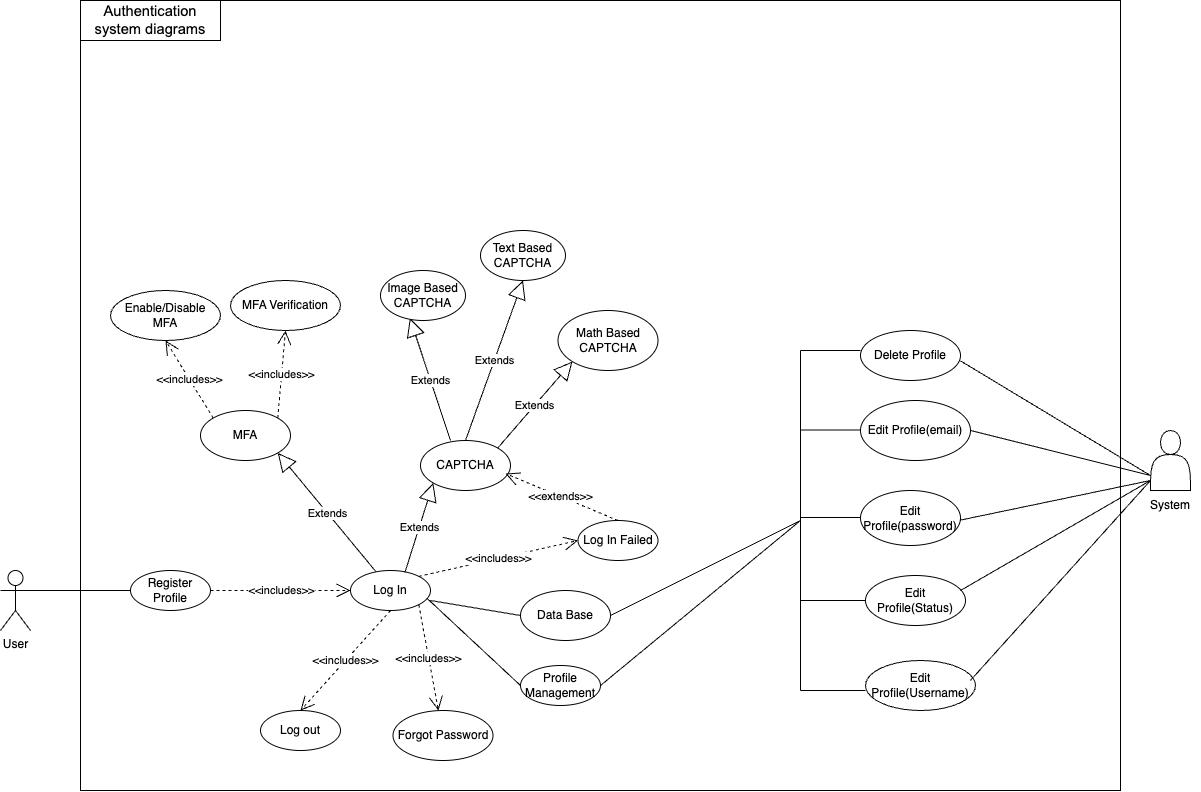
ShakH00/OMGame keeps this draw.io diagram as diagrams/leaderboard_matchmaking/use_case_diagrams/use_case_diagram_05.png. Above is the earlier version. Source tidied: cells renumbered, new cells last; positions are measured from the earlier drawing's top-left corner, leaving out a move shared by most shapes.
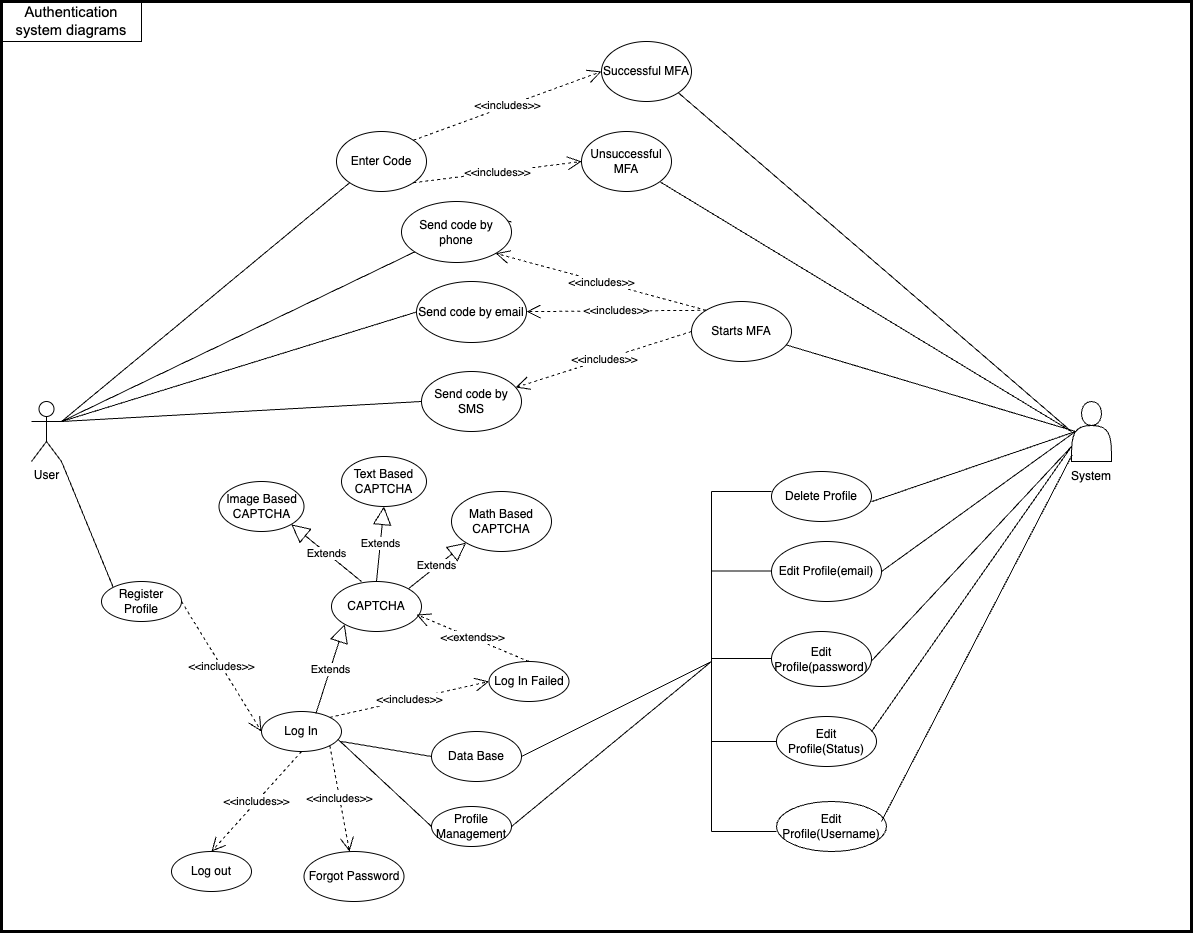
After the commit.

Commit message:
30215541- Edited MFA for authentication for use_case_diagram_05.png.

Diff of the diagram source:
```diff
@@ -2,29 +2,20 @@
   <root>
     <mxCell id="0" />
     <mxCell id="1" parent="0" />
-    <mxCell id="2" style="rounded=0;whiteSpace=wrap;html=1;fillColor=none;" parent="1" vertex="1">
-      <mxGeometry x="80" width="1040" height="790" as="geometry" />
-    </mxCell>
+    <mxCell id="54" style="rounded=0;whiteSpace=wrap;html=1;fillColor=none;strokeColor=default;strokeWidth=3;" parent="1" vertex="1">
+      <mxGeometry x="90" y="-140" width="1190" height="930" as="geometry" />
+    </mxCell>
     <mxCell id="3" value="User" style="shape=umlActor;verticalLabelPosition=bottom;verticalAlign=top;html=1;outlineConnect=0;" parent="1" vertex="1">
-      <mxGeometry y="570" width="30" height="60" as="geometry" />
+      <mxGeometry x="120" y="260" width="30" height="60" as="geometry" />
     </mxCell>
-    <mxCell id="4" style="endArrow=none;html=1;rounded=0;strokeColor=default;startFill=0;" parent="1" edge="1">
-      <mxGeometry relative="1" as="geometry">
-        <mxPoint x="30" y="590" as="sourcePoint" />
-        <mxPoint x="130" y="590" as="targetPoint" />
-      </mxGeometry>
+    <mxCell id="4" style="endArrow=none;html=1;rounded=0;strokeColor=default;startFill=0;entryX=0;entryY=0;entryDx=0;entryDy=0;exitX=1;exitY=1;exitDx=0;exitDy=0;exitPerimeter=0;" parent="1" edge="1" source="3" target="8">
+      <mxGeometry relative="1" as="geometry" />
     </mxCell>
     <mxCell id="5" value="CAPTCHA" style="ellipse;whiteSpace=wrap;html=1;" parent="1" vertex="1">
       <mxGeometry x="420" y="440" width="90" height="50" as="geometry" />
     </mxCell>
-    <mxCell id="6" value="MFA" style="ellipse;whiteSpace=wrap;html=1;" parent="1" vertex="1">
-      <mxGeometry x="200" y="410" width="90" height="50" as="geometry" />
-    </mxCell>
-    <mxCell id="7" value="Extends" style="endArrow=block;endSize=16;endFill=0;html=1;rounded=0;exitX=0.32;exitY=0.034;exitDx=0;exitDy=0;entryX=1;entryY=1;entryDx=0;entryDy=0;exitPerimeter=0;" parent="1" edge="1" source="14" target="6">
-      <mxGeometry relative="1" as="geometry" />
-    </mxCell>
     <mxCell id="8" value="Register Profile" style="ellipse;whiteSpace=wrap;html=1;" parent="1" vertex="1">
-      <mxGeometry x="130" y="570" width="80" height="40" as="geometry" />
+      <mxGeometry x="190" y="440" width="80" height="40" as="geometry" />
     </mxCell>
     <mxCell id="9" value="Log out&lt;span style=&quot;color: rgba(0, 0, 0, 0); font-family: monospace; font-size: 0px; text-align: start; text-wrap-mode: nowrap;&quot;&gt;%3CmxGraphModel%3E%3Croot%3E%3CmxCell%20id%3D%220%22%2F%3E%3CmxCell%20id%3D%221%22%20parent%3D%220%22%2F%3E%3CmxCell%20id%3D%222%22%20value%3D%22Log%20In%22%20style%3D%22ellipse%3BwhiteSpace%3Dwrap%3Bhtml%3D1%3B%22%20vertex%3D%221%22%20parent%3D%221%22%3E%3CmxGeometry%20x%3D%22360%22%20y%3D%22150%22%20width%3D%2280%22%20height%3D%2240%22%20as%3D%22geometry%22%2F%3E%3C%2FmxCell%3E%3C%2Froot%3E%3C%2FmxGraphModel%3E&lt;/span&gt;" style="ellipse;whiteSpace=wrap;html=1;" parent="1" vertex="1">
       <mxGeometry x="260" y="710" width="80" height="40" as="geometry" />
@@ -93,18 +84,6 @@
         <mxPoint x="800" y="600" as="sourcePoint" />
       </mxGeometry>
     </mxCell>
-    <mxCell id="26" value="Enable/Disable MFA" style="ellipse;whiteSpace=wrap;html=1;" parent="1" vertex="1">
-      <mxGeometry x="110" y="290" width="110" height="50" as="geometry" />
-    </mxCell>
-    <mxCell id="27" value="&amp;lt;&amp;lt;includes&amp;gt;&amp;gt;" style="endArrow=open;endSize=12;dashed=1;html=1;rounded=0;exitX=0;exitY=0;exitDx=0;exitDy=0;entryX=0.5;entryY=1;entryDx=0;entryDy=0;" parent="1" edge="1" source="6" target="26">
-      <mxGeometry relative="1" as="geometry" />
-    </mxCell>
-    <mxCell id="28" value="MFA Verification" style="ellipse;whiteSpace=wrap;html=1;" parent="1" vertex="1">
-      <mxGeometry x="230" y="280" width="110" height="50" as="geometry" />
-    </mxCell>
-    <mxCell id="29" value="&amp;lt;&amp;lt;includes&amp;gt;&amp;gt;" style="endArrow=open;endSize=12;dashed=1;html=1;rounded=0;exitX=1;exitY=0;exitDx=0;exitDy=0;entryX=0.5;entryY=1;entryDx=0;entryDy=0;" parent="1" edge="1" source="6" target="28">
-      <mxGeometry relative="1" as="geometry" />
-    </mxCell>
     <mxCell id="30" value="Forgot Password" style="ellipse;whiteSpace=wrap;html=1;" parent="1" vertex="1">
       <mxGeometry x="392.5" y="710" width="100" height="50" as="geometry" />
     </mxCell>
@@ -121,55 +100,52 @@
       <mxGeometry relative="1" as="geometry" />
     </mxCell>
     <mxCell id="34" value="&lt;span id=&quot;docs-internal-guid-327b6698-7fff-1813-8f81-1230f8b7dcd2&quot;&gt;&lt;span style=&quot;font-size: 11pt; font-family: Arial, sans-serif; background-color: transparent; font-variant-numeric: normal; font-variant-east-asian: normal; font-variant-alternates: normal; font-variant-position: normal; font-variant-emoji: normal; vertical-align: baseline; white-space-collapse: preserve;&quot;&gt;Authentication system diagrams&lt;/span&gt;&lt;/span&gt;" style="text;html=1;align=center;verticalAlign=middle;whiteSpace=wrap;rounded=0;strokeColor=default;" parent="1" vertex="1">
-      <mxGeometry x="80" width="140" height="40" as="geometry" />
+      <mxGeometry x="90" y="-140" width="140" height="40" as="geometry" />
     </mxCell>
     <mxCell id="35" style="shape=actor;whiteSpace=wrap;html=1;" parent="1" vertex="1">
-      <mxGeometry x="1150" y="430" width="40" height="60" as="geometry" />
+      <mxGeometry x="1160" y="260" width="40" height="60" as="geometry" />
     </mxCell>
     <mxCell id="36" value="System" style="text;html=1;align=center;verticalAlign=middle;whiteSpace=wrap;rounded=0;" parent="1" vertex="1">
-      <mxGeometry x="1140" y="490" width="60" height="30" as="geometry" />
+      <mxGeometry x="1150" y="320" width="60" height="30" as="geometry" />
     </mxCell>
-    <mxCell id="37" style="endArrow=none;html=1;rounded=0;entryX=0;entryY=0.75;entryDx=0;entryDy=0;exitX=0.817;exitY=0.422;exitDx=0;exitDy=0;exitPerimeter=0;" parent="1" edge="1" target="35">
+    <mxCell id="37" style="endArrow=none;html=1;rounded=0;entryX=0.1;entryY=0.5;entryDx=0;entryDy=0;exitX=0.817;exitY=0.422;exitDx=0;exitDy=0;exitPerimeter=0;entryPerimeter=0;" parent="1" edge="1" target="35">
       <mxGeometry relative="1" as="geometry">
         <mxPoint x="959.8" y="360.3" as="sourcePoint" />
       </mxGeometry>
     </mxCell>
-    <mxCell id="38" style="endArrow=none;html=1;rounded=0;exitX=0.828;exitY=0.506;exitDx=0;exitDy=0;exitPerimeter=0;entryX=0;entryY=0.75;entryDx=0;entryDy=0;" parent="1" edge="1" target="35">
+    <mxCell id="38" style="endArrow=none;html=1;rounded=0;exitX=0.828;exitY=0.506;exitDx=0;exitDy=0;exitPerimeter=0;entryX=0.1;entryY=0.5;entryDx=0;entryDy=0;entryPerimeter=0;" parent="1" edge="1" target="35">
       <mxGeometry relative="1" as="geometry">
         <mxPoint x="970" y="430" as="sourcePoint" />
       </mxGeometry>
     </mxCell>
-    <mxCell id="39" style="endArrow=none;html=1;rounded=0;exitX=0.817;exitY=0.614;exitDx=0;exitDy=0;exitPerimeter=0;" parent="1" edge="1">
+    <mxCell id="39" style="endArrow=none;html=1;rounded=0;exitX=0.817;exitY=0.614;exitDx=0;exitDy=0;exitPerimeter=0;entryX=0;entryY=0.75;entryDx=0;entryDy=0;" parent="1" edge="1" target="35">
       <mxGeometry relative="1" as="geometry">
         <mxPoint x="959.8" y="519.6" as="sourcePoint" />
-        <mxPoint x="1150" y="480" as="targetPoint" />
       </mxGeometry>
     </mxCell>
-    <mxCell id="40" style="endArrow=none;html=1;rounded=0;" parent="1" edge="1">
+    <mxCell id="40" style="endArrow=none;html=1;rounded=0;entryX=0;entryY=0.75;entryDx=0;entryDy=0;" parent="1" edge="1" target="35">
       <mxGeometry relative="1" as="geometry">
         <mxPoint x="960" y="590" as="sourcePoint" />
-        <mxPoint x="1150" y="480" as="targetPoint" />
       </mxGeometry>
     </mxCell>
-    <mxCell id="41" style="endArrow=none;html=1;rounded=0;exitX=0.828;exitY=0.807;exitDx=0;exitDy=0;exitPerimeter=0;" parent="1" edge="1">
+    <mxCell id="41" style="endArrow=none;html=1;rounded=0;exitX=0.828;exitY=0.807;exitDx=0;exitDy=0;exitPerimeter=0;entryX=0.017;entryY=0.888;entryDx=0;entryDy=0;entryPerimeter=0;" parent="1" edge="1" target="35">
       <mxGeometry relative="1" as="geometry">
         <mxPoint x="970" y="679.8" as="sourcePoint" />
-        <mxPoint x="1150" y="480" as="targetPoint" />
       </mxGeometry>
     </mxCell>
-    <mxCell id="42" value="Extends" style="endArrow=block;endSize=16;endFill=0;html=1;rounded=0;entryX=0.346;entryY=0.952;entryDx=0;entryDy=0;entryPerimeter=0;" parent="1" edge="1" target="43">
+    <mxCell id="42" value="Extends" style="endArrow=block;endSize=16;endFill=0;html=1;rounded=0;entryX=1;entryY=1;entryDx=0;entryDy=0;" parent="1" edge="1" target="43">
       <mxGeometry relative="1" as="geometry">
         <mxPoint x="450" y="440" as="sourcePoint" />
       </mxGeometry>
     </mxCell>
     <mxCell id="43" value="Image Based CAPTCHA" style="ellipse;whiteSpace=wrap;html=1;" parent="1" vertex="1">
-      <mxGeometry x="380" y="270" width="85" height="50" as="geometry" />
+      <mxGeometry x="307.5" y="340" width="85" height="50" as="geometry" />
     </mxCell>
     <mxCell id="44" value="Text Based CAPTCHA" style="ellipse;whiteSpace=wrap;html=1;" parent="1" vertex="1">
-      <mxGeometry x="480" y="230" width="85" height="50" as="geometry" />
+      <mxGeometry x="430" y="315" width="85" height="50" as="geometry" />
     </mxCell>
     <mxCell id="45" value="Math Based CAPTCHA" style="ellipse;whiteSpace=wrap;html=1;" parent="1" vertex="1">
-      <mxGeometry x="557.5" y="310" width="100" height="60" as="geometry" />
+      <mxGeometry x="540" y="350" width="100" height="60" as="geometry" />
     </mxCell>
     <mxCell id="46" value="Extends" style="endArrow=block;endSize=16;endFill=0;html=1;rounded=0;entryX=0.5;entryY=1;entryDx=0;entryDy=0;exitX=0.5;exitY=0;exitDx=0;exitDy=0;" parent="1" edge="1" source="5" target="44">
       <mxGeometry relative="1" as="geometry" />
@@ -200,5 +176,71 @@
         <mxPoint x="800" y="520" as="targetPoint" />
       </mxGeometry>
     </mxCell>
+    <mxCell id="55" style="endArrow=none;html=1;rounded=0;exitX=0.1;exitY=0.5;exitDx=0;exitDy=0;exitPerimeter=0;" parent="1" edge="1" source="35" target="56">
+      <mxGeometry relative="1" as="geometry" />
+    </mxCell>
+    <mxCell id="56" value="Starts MFA" style="ellipse;whiteSpace=wrap;html=1;" parent="1" vertex="1">
+      <mxGeometry x="780" y="160" width="100" height="60" as="geometry" />
+    </mxCell>
+    <mxCell id="57" value="&amp;lt;&amp;lt;includes&amp;gt;&amp;gt;" style="endArrow=open;endSize=12;dashed=1;html=1;rounded=0;exitX=0;exitY=0.5;exitDx=0;exitDy=0;" parent="1" edge="1" source="56" target="59">
+      <mxGeometry relative="1" as="geometry" />
+    </mxCell>
+    <mxCell id="58" value="&amp;lt;&amp;lt;includes&amp;gt;&amp;gt;" style="endArrow=open;endSize=12;dashed=1;html=1;rounded=0;exitX=0;exitY=0;exitDx=0;exitDy=0;" parent="1" edge="1" source="56" target="60">
+      <mxGeometry relative="1" as="geometry" />
+    </mxCell>
+    <mxCell id="59" value="Send code by SMS" style="ellipse;whiteSpace=wrap;html=1;" parent="1" vertex="1">
+      <mxGeometry x="510" y="230" width="100" height="60" as="geometry" />
+    </mxCell>
+    <mxCell id="60" value="Send code by email" style="ellipse;whiteSpace=wrap;html=1;" parent="1" vertex="1">
+      <mxGeometry x="505" y="140" width="110" height="61" as="geometry" />
+    </mxCell>
+    <mxCell id="61" style="endArrow=none;html=1;rounded=0;" parent="1" edge="1" target="62">
+      <mxGeometry relative="1" as="geometry">
+        <mxPoint x="1160" y="290" as="sourcePoint" />
+      </mxGeometry>
+    </mxCell>
+    <mxCell id="62" value="Unsuccessful MFA" style="ellipse;whiteSpace=wrap;html=1;" parent="1" vertex="1">
+      <mxGeometry x="670" y="-10" width="90" height="60" as="geometry" />
+    </mxCell>
+    <mxCell id="63" value="Successful MFA" style="ellipse;whiteSpace=wrap;html=1;" parent="1" vertex="1">
+      <mxGeometry x="690" y="-100" width="90" height="60" as="geometry" />
+    </mxCell>
+    <mxCell id="64" style="endArrow=none;html=1;rounded=0;entryX=1;entryY=1;entryDx=0;entryDy=0;" parent="1" edge="1" target="63">
+      <mxGeometry relative="1" as="geometry">
+        <mxPoint x="1160" y="290" as="sourcePoint" />
+      </mxGeometry>
+    </mxCell>
+    <mxCell id="65" value="&amp;lt;&amp;lt;includes&amp;gt;&amp;gt;" style="endArrow=open;endSize=12;dashed=1;html=1;rounded=0;exitX=0;exitY=0;exitDx=0;exitDy=0;entryX=1;entryY=1;entryDx=0;entryDy=0;" parent="1" edge="1" source="56" target="74">
+      <mxGeometry relative="1" as="geometry" />
+    </mxCell>
+    <mxCell id="66" value="Enter Code" style="ellipse;whiteSpace=wrap;html=1;" parent="1" vertex="1">
+      <mxGeometry x="425" y="-10" width="90" height="60" as="geometry" />
+    </mxCell>
+    <mxCell id="67" value="&amp;lt;&amp;lt;includes&amp;gt;&amp;gt;" style="endArrow=open;endSize=12;dashed=1;html=1;rounded=0;exitX=1;exitY=0;exitDx=0;exitDy=0;entryX=0;entryY=0.5;entryDx=0;entryDy=0;" parent="1" edge="1" source="66" target="63">
+      <mxGeometry relative="1" as="geometry" />
+    </mxCell>
+    <mxCell id="68" value="&amp;lt;&amp;lt;includes&amp;gt;&amp;gt;" style="endArrow=open;endSize=12;dashed=1;html=1;rounded=0;exitX=1;exitY=1;exitDx=0;exitDy=0;entryX=0;entryY=0.5;entryDx=0;entryDy=0;" parent="1" edge="1" source="66" target="62">
+      <mxGeometry relative="1" as="geometry" />
+    </mxCell>
+    <mxCell id="69" style="endArrow=none;html=1;rounded=0;entryX=0;entryY=0.5;entryDx=0;entryDy=0;exitX=1;exitY=0.3333333333333333;exitDx=0;exitDy=0;exitPerimeter=0;" parent="1" edge="1" source="3" target="60">
+      <mxGeometry relative="1" as="geometry" />
+    </mxCell>
+    <mxCell id="70" style="endArrow=none;html=1;rounded=0;exitX=1;exitY=0.3333333333333333;exitDx=0;exitDy=0;exitPerimeter=0;" parent="1" edge="1" source="74">
+      <mxGeometry relative="1" as="geometry">
+        <mxPoint x="547" y="71" as="targetPoint" />
+      </mxGeometry>
+    </mxCell>
+    <mxCell id="71" style="endArrow=none;html=1;rounded=0;entryX=0;entryY=0.5;entryDx=0;entryDy=0;exitX=1;exitY=0.3333333333333333;exitDx=0;exitDy=0;exitPerimeter=0;" parent="1" edge="1" source="3" target="59">
+      <mxGeometry relative="1" as="geometry" />
+    </mxCell>
+    <mxCell id="72" style="endArrow=none;html=1;rounded=0;exitX=1;exitY=0.3333333333333333;exitDx=0;exitDy=0;exitPerimeter=0;entryX=0;entryY=1;entryDx=0;entryDy=0;" parent="1" edge="1" source="3" target="66">
+      <mxGeometry relative="1" as="geometry" />
+    </mxCell>
+    <mxCell id="73" style="endArrow=none;html=1;rounded=0;exitX=1;exitY=0.3333333333333333;exitDx=0;exitDy=0;exitPerimeter=0;" parent="1" edge="1" source="3" target="74">
+      <mxGeometry relative="1" as="geometry" />
+    </mxCell>
+    <mxCell id="74" value="Send code by phone" style="ellipse;whiteSpace=wrap;html=1;" parent="1" vertex="1">
+      <mxGeometry x="490" y="60" width="110" height="61" as="geometry" />
+    </mxCell>
   </root>
 </mxGraphModel>
```
